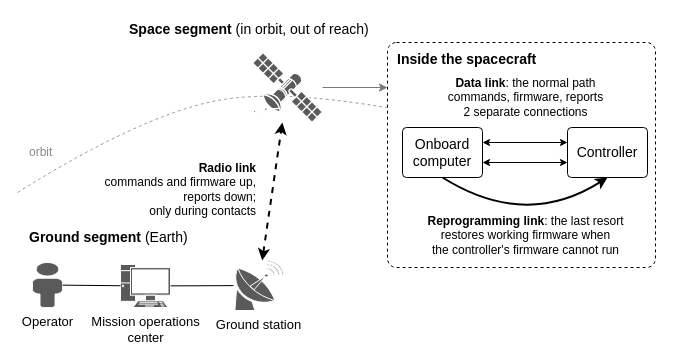
The draw.io diagram docs/conops/fig-segments.drawio in Tocki28/fail-safe-in-orbit-reprogramming, before the edit. Source tidied: cells renumbered, new cells numbered last; positions are measured from the earlier drawing's top-left corner, leaving out a move shared by most shapes. Both pictures are drawn from the tidied source at 100%, with x=0, y=0 at pixel (17, 17).
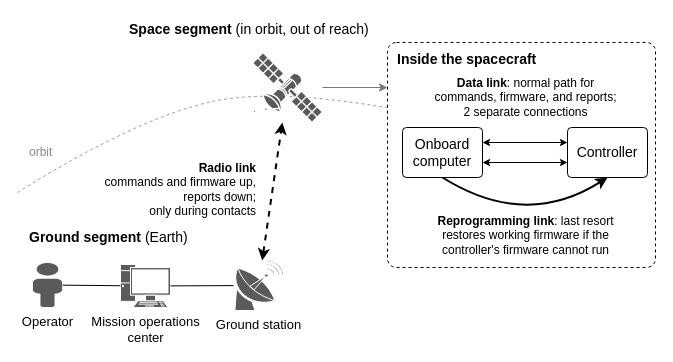
The same diagram, later.

Commit message (it also covers changes not shown here):
Figure 1: author's simpler labels and caption

Diff of the diagram source:
```diff
@@
-    <mxCell id="12" value="&lt;b&gt;Reprogramming link&lt;/b&gt;: the last resort&lt;br&gt;restores working firmware when&lt;br&gt;the controller's firmware cannot run" style="text;html=1;align=center;verticalAlign=top;fontSize=12;" parent="1" vertex="1">
+    <mxCell id="12" value="&lt;b&gt;Reprogramming link&lt;/b&gt;: last resort&lt;br&gt;restores working firmware if the&lt;br&gt;controller's firmware cannot run" style="text;html=1;align=center;verticalAlign=top;fontSize=12;" parent="1" vertex="1">
       <mxGeometry x="408" y="190" width="200" height="48" as="geometry" />
     </mxCell>
@@
-    <mxCell id="14" value="&lt;b&gt;Data link&lt;/b&gt;: the normal path&lt;br&gt;commands, firmware, reports&lt;br&gt;2 separate connections" style="text;html=1;align=center;verticalAlign=middle;fontSize=12;" parent="1" vertex="1">
+    <mxCell id="14" value="&lt;b&gt;Data link&lt;/b&gt;: normal path for&lt;br&gt;commands, firmware, and reports;&lt;br&gt;2 separate connections" style="text;html=1;align=center;verticalAlign=middle;fontSize=12;" parent="1" vertex="1">
       <mxGeometry x="408" y="56" width="200" height="48" as="geometry" />
     </mxCell>
```
